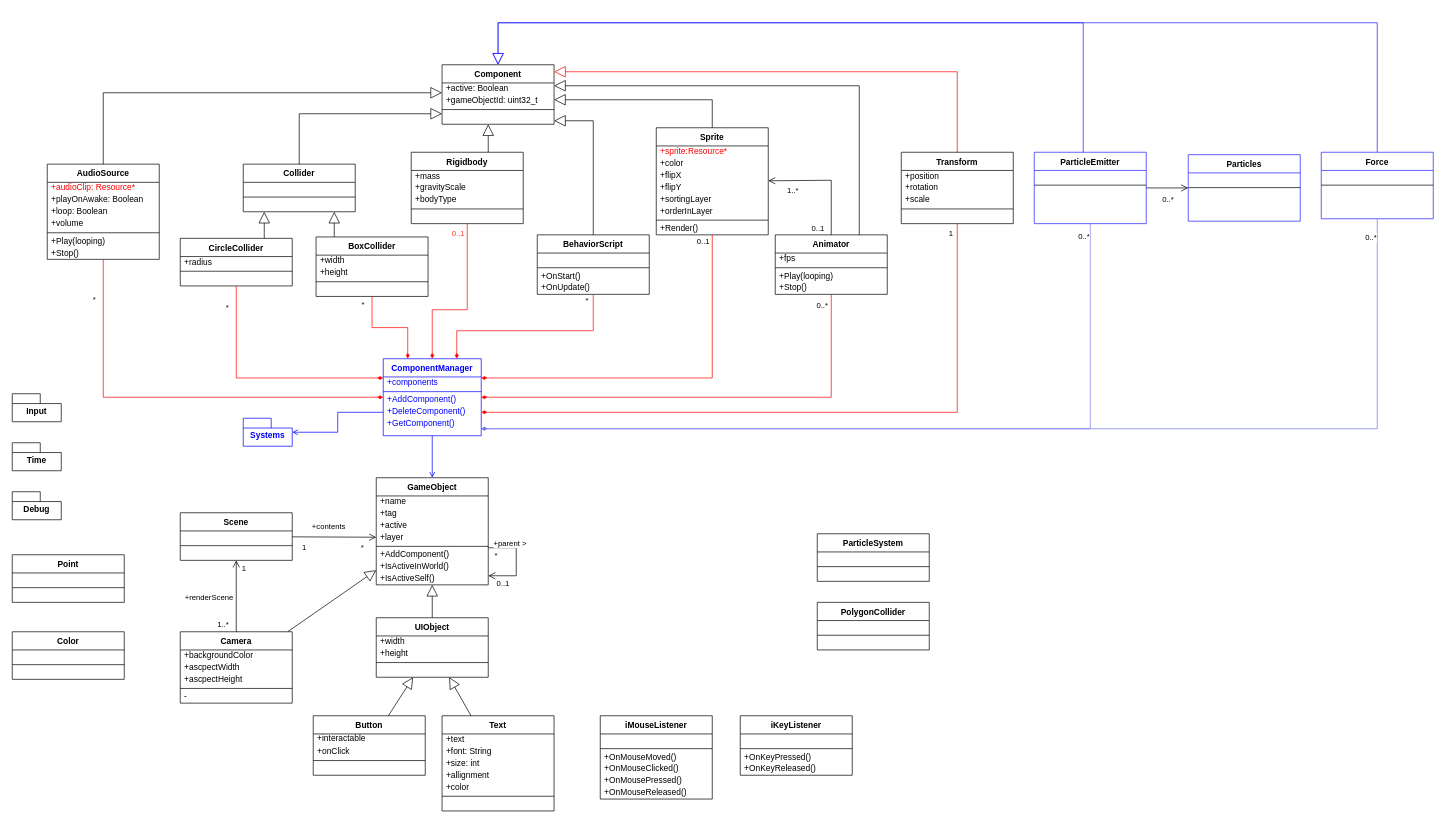
lonkaars/crepe-docs keeps this draw.io diagram as page "Main diagram 2" (2 of 3) of figs.drawio. Above is the earlier version. Source tidied: cells renumbered, new cells numbered last; positions are measured from the earlier drawing's top-left corner, leaving out a move shared by most shapes. Both pictures are drawn from the tidied source at 70%, with x=0, y=0 at pixel (12, 22).
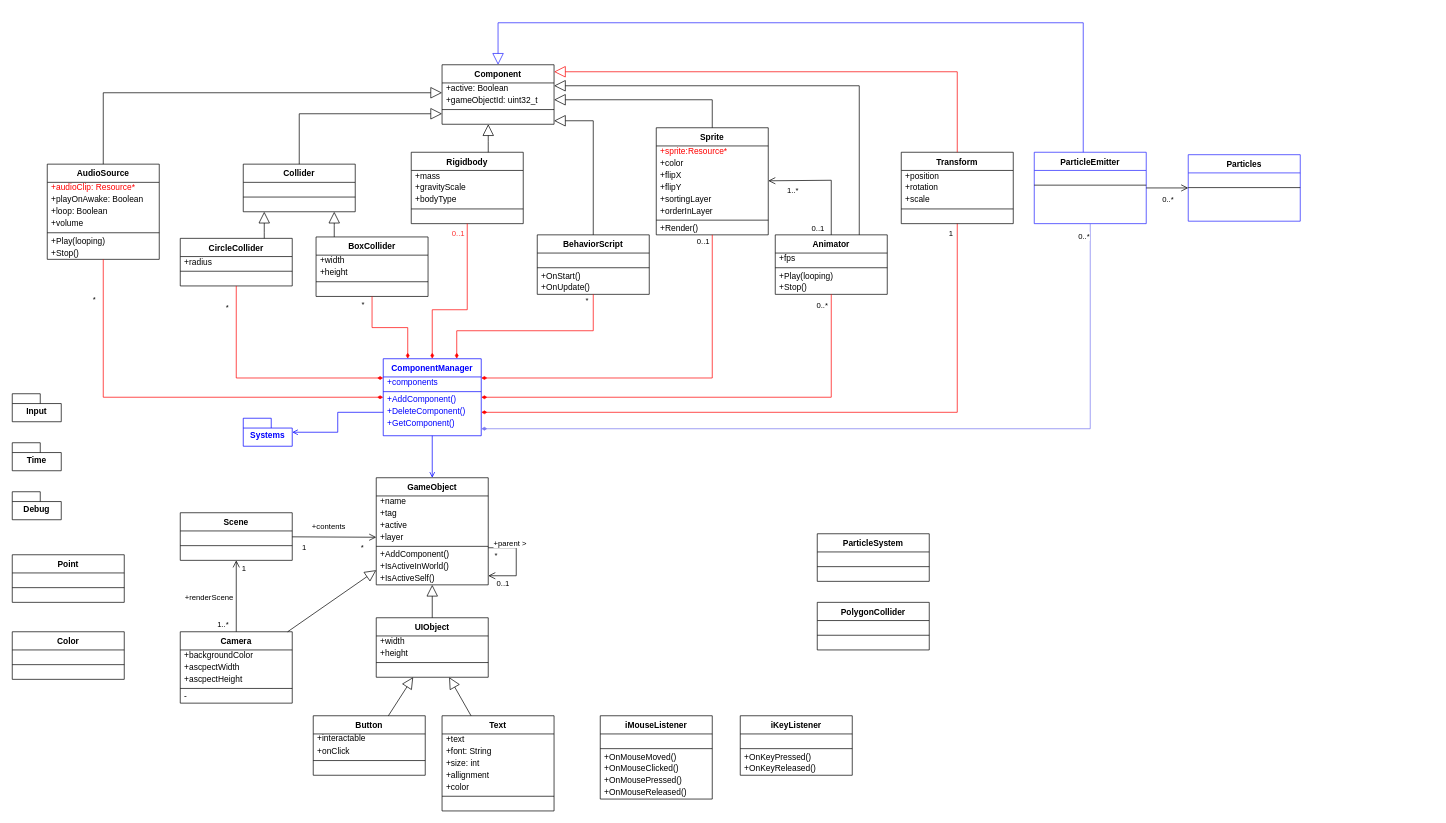
Above is the later version.

Unchanged cells that the change refers to:
```xml
<mxCell id="107" value="Component" style="swimlane;fontStyle=1;align=center;verticalAlign=top;horizontal=1;startSize=26;rounded=0;shadow=0;strokeWidth=1;direction=east;" parent="1" vertex="1">
  <mxGeometry x="614" y="60" width="160" height="85" as="geometry" />
</mxCell>
<mxCell id="171" value="ComponentManager" style="swimlane;fontStyle=1;align=center;verticalAlign=top;horizontal=1;startSize=26;rounded=0;shadow=0;strokeWidth=1;direction=east;fontColor=#0000FF;strokeColor=#0000FF;" parent="1" vertex="1">
  <mxGeometry x="530" y="480" width="140" height="110" as="geometry" />
</mxCell>
```

What changed in the source:
```diff
@@
-    <mxCell id="188" value="Force" style="swimlane;fontStyle=1;align=center;verticalAlign=top;horizontal=1;startSize=26;rounded=0;shadow=0;strokeWidth=1;direction=east;strokeColor=#2020ff;" parent="1" vertex="1">
-      <mxGeometry x="1870" y="185" width="160" height="95" as="geometry" />
-    </mxCell>
-    <mxCell id="189" style="text;align=left;verticalAlign=bottom;spacingLeft=4;spacingRight=4;overflow=hidden;rounded=0;shadow=0;html=0;strokeWidth=1;horizontal=1;" parent="188" vertex="1">
-      <mxGeometry y="26" width="160" height="17" as="geometry" />
-    </mxCell>
-    <mxCell id="190" style="line;html=1;strokeWidth=1;align=left;verticalAlign=middle;spacingTop=-1;spacingLeft=3;spacingRight=3;labelPosition=right;fontSize=12;perimeterSpacing=0;verticalLabelPosition=middle;" parent="188" vertex="1">
-      <mxGeometry y="43" width="160" height="8" as="geometry" />
-    </mxCell>
-    <mxCell id="191" style="text;align=left;verticalAlign=bottom;spacingLeft=4;spacingRight=4;overflow=hidden;rounded=0;shadow=0;html=0;strokeWidth=1;horizontal=1;" parent="188" vertex="1">
-      <mxGeometry y="51" width="160" height="17" as="geometry" />
-    </mxCell>
@@
-    <mxCell id="193" style="endArrow=block;html=1;rounded=0;endFill=0;strokeWidth=1;endSize=14;edgeStyle=orthogonalEdgeStyle;strokeColor=#2020ff;" parent="1" edge="1" source="188" target="107">
-      <mxGeometry relative="1" as="geometry">
-        <Array as="points">
-          <mxPoint x="1950" />
-          <mxPoint x="694" />
-        </Array>
-      </mxGeometry>
-    </mxCell>
@@
-    <mxCell id="198" style="edgeStyle=orthogonalEdgeStyle;rounded=0;jettySize=auto;html=1;endArrow=diamondThin;endFill=1;strokeColor=#7878f0;" parent="1" edge="1" source="188" target="171">
-      <mxGeometry relative="1" as="geometry">
-        <Array as="points">
-          <mxPoint x="1950" y="580" />
-        </Array>
-      </mxGeometry>
-    </mxCell>
-    <mxCell id="199" value="0..*" style="edgeLabel;html=1;align=center;verticalAlign=middle;" parent="198" vertex="1">
-      <mxGeometry x="-0.96" y="-3" relative="1" as="geometry">
-        <mxPoint x="-7" y="-6" as="offset" />
-      </mxGeometry>
-    </mxCell>
```
